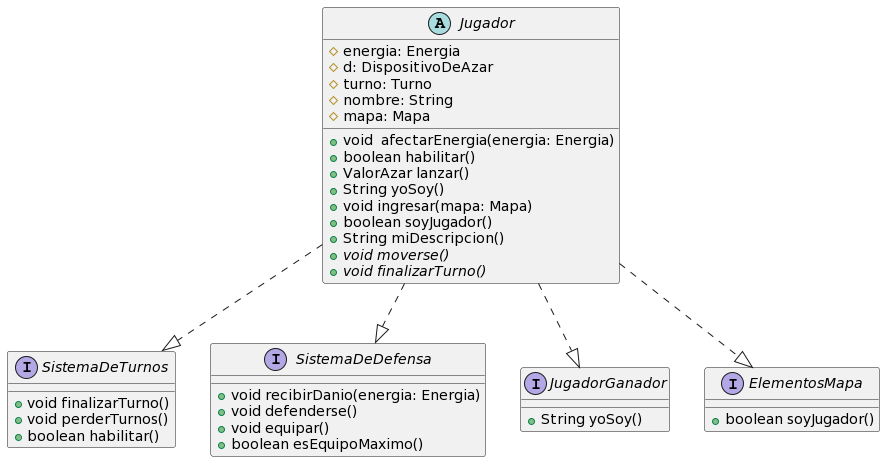
The PlantUML diagram diagrams/classes/DiagramasAlgoRoma/Jugador.png in CrissRMFI/TP2-AlgoIII, before a commit. The source it was exported from:
```plantuml
@startuml
interface SistemaDeTurnos {
    + void finalizarTurno()
    + void perderTurnos()
    + boolean habilitar()
}

interface SistemaDeDefensa {
    + void recibirDanio(energia: Energia)
    + void defenderse()
    + void equipar()
    + boolean esEquipoMaximo()
}

interface JugadorGanador {
    + String yoSoy()
}
interface ElementosMapa {
    + boolean soyJugador()
}

Jugador ..|> SistemaDeTurnos
Jugador ..|> SistemaDeDefensa
Jugador ..|> JugadorGanador
Jugador ..|> ElementosMapa

abstract class Jugador {
    # energia: Energia
    # d: DispositivoDeAzar
    # turno: Turno
    # nombre: String
    # mapa: Mapa

    +void  afectarEnergia(energia: Energia)
    +boolean habilitar()
    + ValorAzar lanzar()
    + String yoSoy()
    + void ingresar(mapa: Mapa)
    + boolean soyJugador()
    + String miDescripcion()
    + void {abstract} moverse()
    + void {abstract} finalizarTurno()

}
@enduml
```
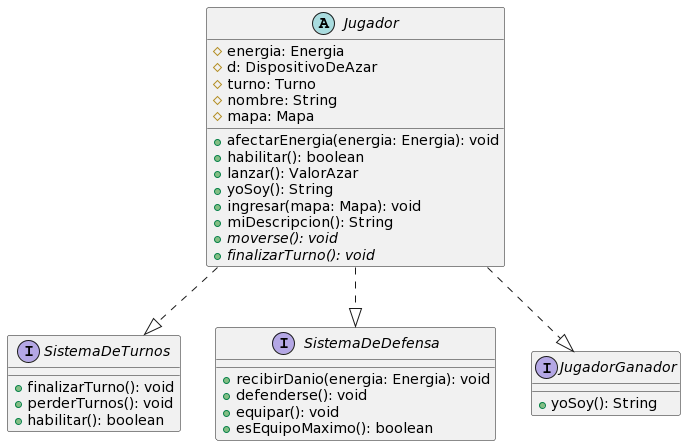
Later version of the same file.

Diff of the diagram source:
```diff
@@ -1,28 +1,24 @@
 @startuml
 interface SistemaDeTurnos {
-    + void finalizarTurno()
-    + void perderTurnos()
-    + boolean habilitar()
+    + finalizarTurno(): void
+    + perderTurnos(): void
+    + habilitar(): boolean
 }
 
 interface SistemaDeDefensa {
-    + void recibirDanio(energia: Energia)
-    + void defenderse()
-    + void equipar()
-    + boolean esEquipoMaximo()
+    + recibirDanio(energia: Energia): void
+    + defenderse(): void
+    + equipar(): void
+    + esEquipoMaximo(): boolean
 }
 
 interface JugadorGanador {
-    + String yoSoy()
-}
-interface ElementosMapa {
-    + boolean soyJugador()
+    + yoSoy(): String
 }
 
 Jugador ..|> SistemaDeTurnos
 Jugador ..|> SistemaDeDefensa
 Jugador ..|> JugadorGanador
-Jugador ..|> ElementosMapa
 
 abstract class Jugador {
     # energia: Energia
@@ -31,15 +27,14 @@
     # nombre: String
     # mapa: Mapa
 
-    +void  afectarEnergia(energia: Energia)
-    +boolean habilitar()
-    + ValorAzar lanzar()
-    + String yoSoy()
-    + void ingresar(mapa: Mapa)
-    + boolean soyJugador()
-    + String miDescripcion()
-    + void {abstract} moverse()
-    + void {abstract} finalizarTurno()
+    + afectarEnergia(energia: Energia): void
+    + habilitar(): boolean
+    + lanzar(): ValorAzar
+    + yoSoy(): String
+    + ingresar(mapa: Mapa): void
+    + miDescripcion(): String
+    + {abstract} moverse(): void
+    + {abstract} finalizarTurno(): void
 
 }
 @enduml
```
